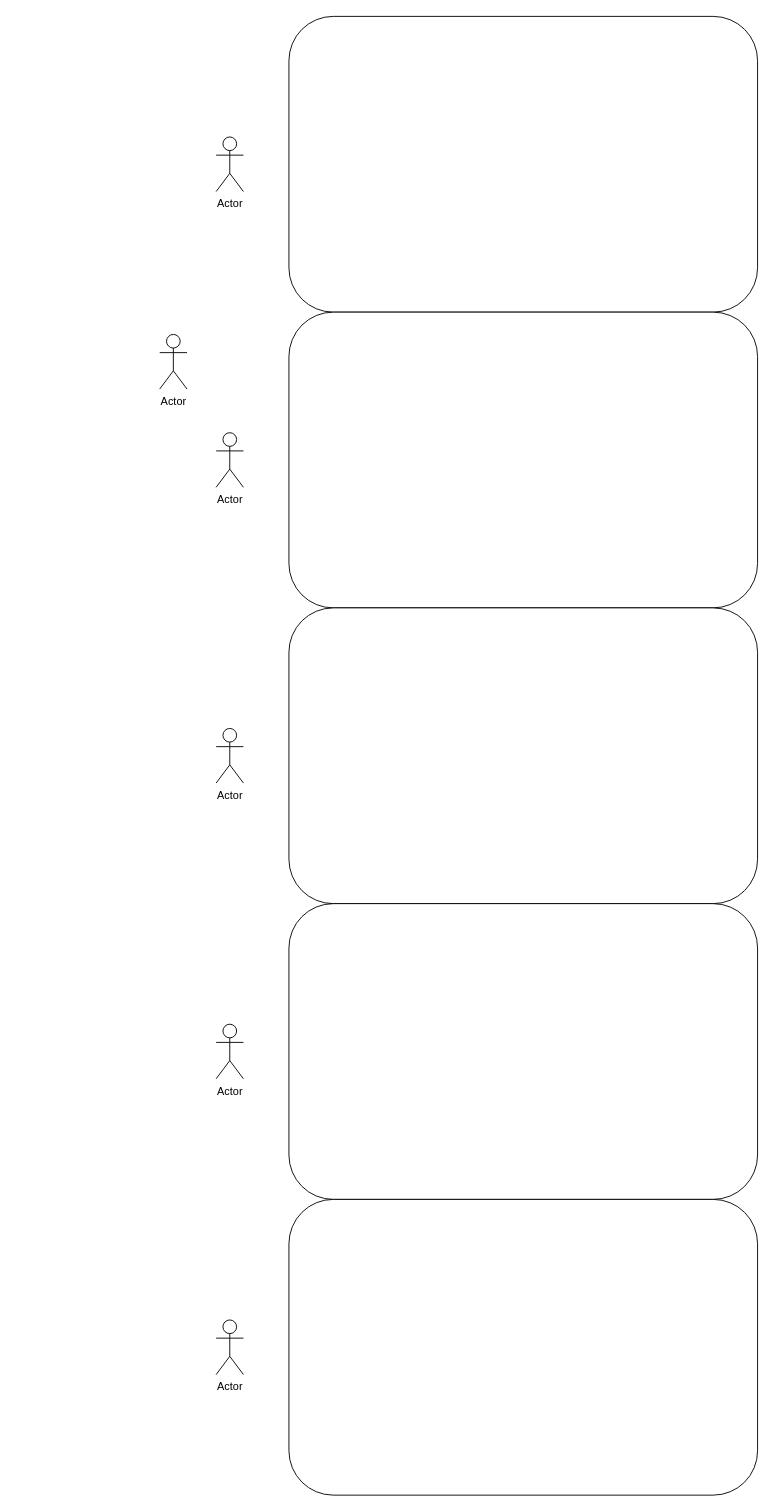
The draw.io diagram Souls1.drawio in Helpmepleaseitishard/Aikms, before the edit. Source tidied: cells renumbered, new cells numbered last; positions are measured from the earlier drawing's top-left corner, leaving out a move shared by most shapes. Both pictures are drawn from the tidied source at 91%, with x=0, y=0 at pixel (159, 16).
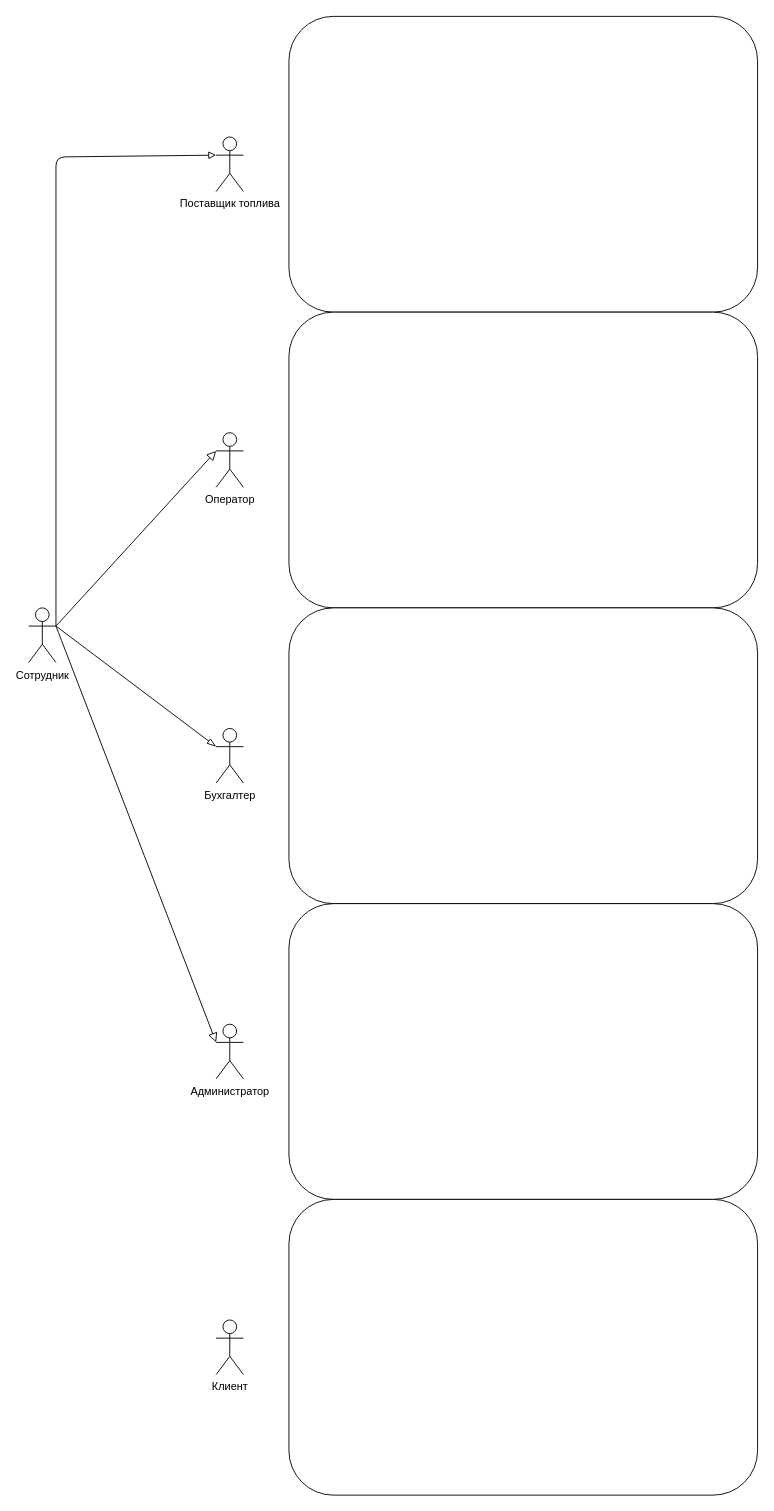
Above is the later version.

Change to the diagram source:
```diff
@@
 <mxGraphModel>
   <root>
     <mxCell id="0" />
     <mxCell id="1" parent="0" />
+    <mxCell id="13" style="edgeStyle=none;curved=1;rounded=0;jettySize=auto;html=1;exitX=1;exitY=0.3333333333333333;exitDx=0;exitDy=0;exitPerimeter=0;fontSize=12;startSize=8;endSize=8;endArrow=blockThin;endFill=0;entryX=0;entryY=0.3333333333333333;entryDx=0;entryDy=0;entryPerimeter=0;" parent="1" edge="1" source="2" target="7">
+      <mxGeometry relative="1" as="geometry" />
+    </mxCell>
-    <mxCell id="2" value="Actor" style="shape=umlActor;verticalLabelPosition=bottom;verticalAlign=top;html=1;outlineConnect=0;" parent="1" vertex="1">
-      <mxGeometry y="349" width="30" height="60" as="geometry" />
+    <mxCell id="2" value="Сотрудник" style="shape=umlActor;verticalLabelPosition=bottom;verticalAlign=top;html=1;outlineConnect=0;" parent="1" vertex="1">
+      <mxGeometry x="-144" y="649.5" width="30" height="60" as="geometry" />
     </mxCell>
-    <mxCell id="3" value="Actor" style="shape=umlActor;verticalLabelPosition=bottom;verticalAlign=top;html=1;outlineConnect=0;" parent="1" vertex="1">
+    <mxCell id="3" value="Поставщик топлива" style="shape=umlActor;verticalLabelPosition=bottom;verticalAlign=top;html=1;outlineConnect=0;" parent="1" vertex="1">
       <mxGeometry x="62" y="132" width="30" height="60" as="geometry" />
     </mxCell>
-    <mxCell id="4" value="Actor" style="shape=umlActor;verticalLabelPosition=bottom;verticalAlign=top;html=1;outlineConnect=0;" parent="1" vertex="1">
+    <mxCell id="4" value="Оператор" style="shape=umlActor;verticalLabelPosition=bottom;verticalAlign=top;html=1;outlineConnect=0;" parent="1" vertex="1">
       <mxGeometry x="62" y="457" width="30" height="60" as="geometry" />
     </mxCell>
     <mxCell id="5" style="rounded=1;whiteSpace=wrap;html=1;" parent="1" vertex="1">
       <mxGeometry x="142" y="-0.5" width="515" height="325" as="geometry" />
     </mxCell>
     <mxCell id="6" style="rounded=1;whiteSpace=wrap;html=1;" parent="1" vertex="1">
       <mxGeometry x="142" y="324.5" width="515" height="325" as="geometry" />
     </mxCell>
-    <mxCell id="7" value="Actor" style="shape=umlActor;verticalLabelPosition=bottom;verticalAlign=top;html=1;outlineConnect=0;" parent="1" vertex="1">
+    <mxCell id="7" value="Бухгалтер" style="shape=umlActor;verticalLabelPosition=bottom;verticalAlign=top;html=1;outlineConnect=0;" parent="1" vertex="1">
       <mxGeometry x="62" y="782" width="30" height="60" as="geometry" />
     </mxCell>
     <mxCell id="8" style="rounded=1;whiteSpace=wrap;html=1;" parent="1" vertex="1">
       <mxGeometry x="142" y="649.5" width="515" height="325" as="geometry" />
     </mxCell>
-    <mxCell id="9" value="Actor" style="shape=umlActor;verticalLabelPosition=bottom;verticalAlign=top;html=1;outlineConnect=0;" parent="1" vertex="1">
+    <mxCell id="9" value="Администратор" style="shape=umlActor;verticalLabelPosition=bottom;verticalAlign=top;html=1;outlineConnect=0;" parent="1" vertex="1">
       <mxGeometry x="62" y="1107" width="30" height="60" as="geometry" />
     </mxCell>
     <mxCell id="10" style="rounded=1;whiteSpace=wrap;html=1;" parent="1" vertex="1">
       <mxGeometry x="142" y="974.5" width="515" height="325" as="geometry" />
     </mxCell>
-    <mxCell id="11" value="Actor" style="shape=umlActor;verticalLabelPosition=bottom;verticalAlign=top;html=1;" parent="1" vertex="1">
+    <mxCell id="11" value="Клиент" style="shape=umlActor;verticalLabelPosition=bottom;verticalAlign=top;html=1;" parent="1" vertex="1">
       <mxGeometry x="62" y="1432" width="30" height="60" as="geometry" />
     </mxCell>
     <mxCell id="12" style="rounded=1;whiteSpace=wrap;html=1;" parent="1" vertex="1">
       <mxGeometry x="142" y="1299.5" width="515" height="325" as="geometry" />
     </mxCell>
+    <mxCell id="14" style="edgeStyle=none;curved=0;rounded=1;jettySize=auto;html=1;exitX=1;exitY=0.3333333333333333;exitDx=0;exitDy=0;exitPerimeter=0;entryX=0;entryY=0.3333333333333333;entryDx=0;entryDy=0;entryPerimeter=0;fontSize=12;endArrow=block;endFill=0;" parent="1" edge="1" source="2" target="3">
+      <mxGeometry relative="1" as="geometry">
+        <Array as="points">
+          <mxPoint x="-114" y="154" />
+        </Array>
+      </mxGeometry>
+    </mxCell>
+    <mxCell id="15" style="edgeStyle=none;curved=1;rounded=0;jettySize=auto;html=1;exitX=1;exitY=0.3333333333333333;exitDx=0;exitDy=0;exitPerimeter=0;entryX=0;entryY=0.3333333333333333;entryDx=0;entryDy=0;entryPerimeter=0;fontSize=12;startSize=8;endSize=8;endArrow=block;endFill=0;" parent="1" edge="1" source="2" target="4">
+      <mxGeometry relative="1" as="geometry" />
+    </mxCell>
+    <mxCell id="16" style="edgeStyle=none;curved=1;rounded=0;jettySize=auto;html=1;exitX=1;exitY=0.3333333333333333;exitDx=0;exitDy=0;exitPerimeter=0;entryX=0;entryY=0.3333333333333333;entryDx=0;entryDy=0;entryPerimeter=0;fontSize=12;startSize=8;endSize=8;endArrow=block;endFill=0;" parent="1" edge="1" source="2" target="9">
+      <mxGeometry relative="1" as="geometry" />
+    </mxCell>
   </root>
 </mxGraphModel>
```
